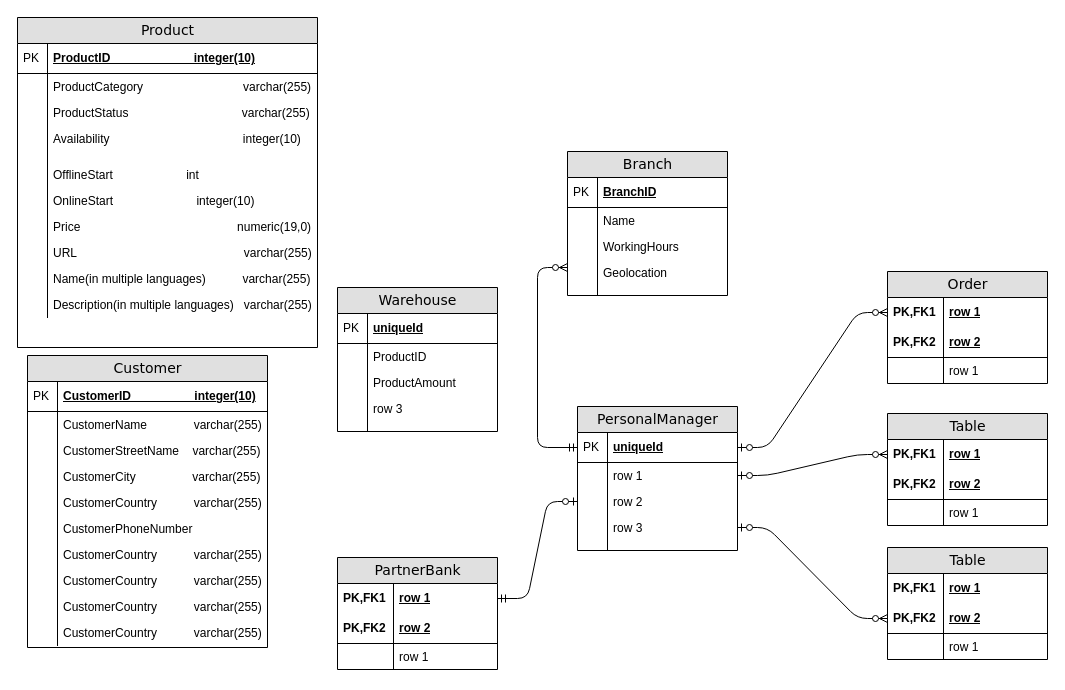
Earlier version of the draw.io diagram ER for bank.drawio (marymakayeva/Practise_project). Source tidied: cells renumbered, new cells numbered last; positions are measured from the earlier drawing's top-left corner, leaving out a move shared by most shapes. Both pictures are drawn from the tidied source at 100%, with x=0, y=0 at pixel (17, 17).
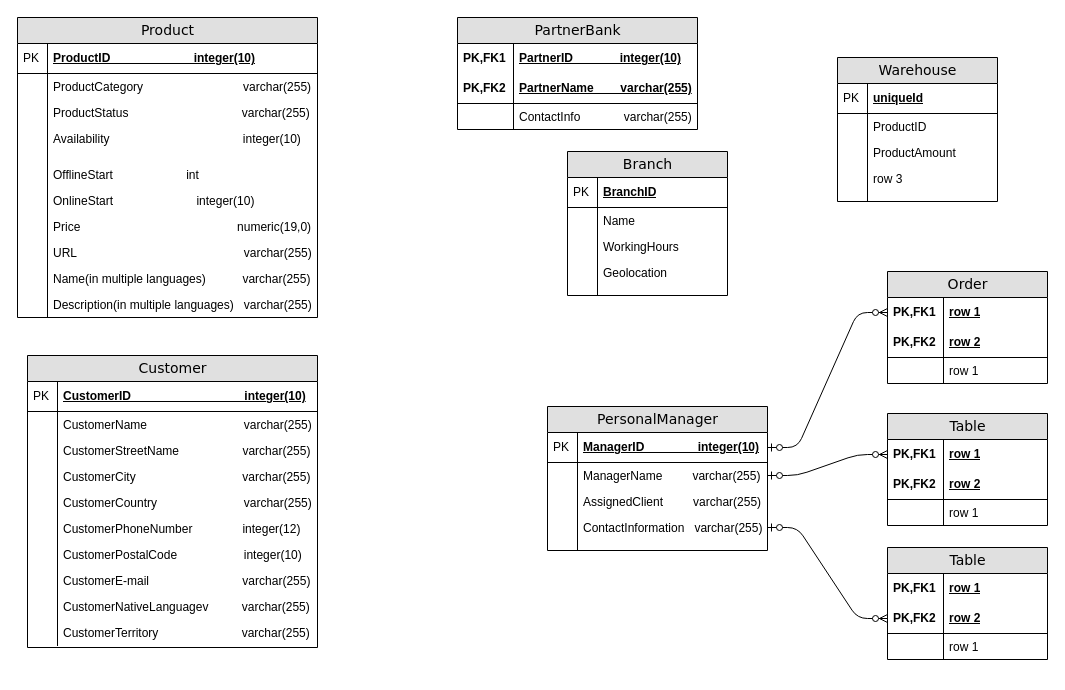
The same diagram, later.

Unchanged cells that the change refers to:
```xml
<mxCell id="9" value="Geolocation" style="shape=partialRectangle;top=0;left=0;right=0;bottom=0;html=1;align=left;verticalAlign=top;fillColor=none;spacingLeft=34;spacingRight=4;whiteSpace=wrap;overflow=hidden;points=[[0,0.5],[1,0.5]];portConstraint=eastwest;" parent="2" vertex="1">
  <mxGeometry y="108" width="160" height="26" as="geometry" />
</mxCell>
```

What changed in the source:
```diff
@@
     <mxCell id="13" value="Warehouse" style="swimlane;html=1;fontStyle=0;horizontal=1;startSize=26;fillColor=#e0e0e0;swimlaneFillColor=#ffffff;align=center;rounded=0;shadow=0;comic=0;labelBackgroundColor=none;strokeWidth=1;fontFamily=Verdana;fontSize=14;" parent="1" vertex="1">
-      <mxGeometry x="320" y="270" width="160" height="144" as="geometry" />
+      <mxGeometry x="820" y="40" width="160" height="144" as="geometry" />
     </mxCell>
@@
     <mxCell id="24" value="PersonalManager" style="swimlane;html=1;fontStyle=0;horizontal=1;startSize=26;fillColor=#e0e0e0;swimlaneFillColor=#ffffff;align=center;rounded=0;shadow=0;comic=0;labelBackgroundColor=none;strokeWidth=1;fontFamily=Verdana;fontSize=14;" parent="1" vertex="1">
-      <mxGeometry x="560" y="389" width="160" height="144" as="geometry" />
+      <mxGeometry x="530" y="389" width="220" height="144" as="geometry" />
     </mxCell>
-    <mxCell id="25" value="uniqueId" style="shape=partialRectangle;top=0;left=0;right=0;bottom=1;html=1;align=left;verticalAlign=middle;fillColor=none;spacingLeft=34;spacingRight=4;whiteSpace=wrap;overflow=hidden;points=[[0,0.5],[1,0.5]];portConstraint=eastwest;fontStyle=5;" parent="24" vertex="1">
-      <mxGeometry y="26" width="160" height="30" as="geometry" />
+    <mxCell id="25" value="ManagerID&amp;nbsp; &amp;nbsp; &amp;nbsp; &amp;nbsp; &amp;nbsp; &amp;nbsp; &amp;nbsp; &amp;nbsp; integer(10)" style="shape=partialRectangle;top=0;left=0;right=0;bottom=1;html=1;align=left;verticalAlign=middle;fillColor=none;spacingLeft=34;spacingRight=4;whiteSpace=wrap;overflow=hidden;points=[[0,0.5],[1,0.5]];portConstraint=eastwest;fontStyle=5;" parent="24" vertex="1">
+      <mxGeometry y="26" width="220" height="30" as="geometry" />
     </mxCell>
@@
-    <mxCell id="27" value="row 1" style="shape=partialRectangle;top=0;left=0;right=0;bottom=0;html=1;align=left;verticalAlign=top;fillColor=none;spacingLeft=34;spacingRight=4;whiteSpace=wrap;overflow=hidden;points=[[0,0.5],[1,0.5]];portConstraint=eastwest;" parent="24" vertex="1">
-      <mxGeometry y="56" width="160" height="26" as="geometry" />
+    <mxCell id="27" value="ManagerName&amp;nbsp; &amp;nbsp; &amp;nbsp; &amp;nbsp; &amp;nbsp;varchar(255)" style="shape=partialRectangle;top=0;left=0;right=0;bottom=0;html=1;align=left;verticalAlign=top;fillColor=none;spacingLeft=34;spacingRight=4;whiteSpace=wrap;overflow=hidden;points=[[0,0.5],[1,0.5]];portConstraint=eastwest;" parent="24" vertex="1">
+      <mxGeometry y="56" width="220" height="26" as="geometry" />
     </mxCell>
@@
-    <mxCell id="29" value="row 2" style="shape=partialRectangle;top=0;left=0;right=0;bottom=0;html=1;align=left;verticalAlign=top;fillColor=none;spacingLeft=34;spacingRight=4;whiteSpace=wrap;overflow=hidden;points=[[0,0.5],[1,0.5]];portConstraint=eastwest;" parent="24" vertex="1">
-      <mxGeometry y="82" width="160" height="26" as="geometry" />
+    <mxCell id="29" value="AssignedClient&amp;nbsp; &amp;nbsp; &amp;nbsp; &amp;nbsp; &amp;nbsp;varchar(255)" style="shape=partialRectangle;top=0;left=0;right=0;bottom=0;html=1;align=left;verticalAlign=top;fillColor=none;spacingLeft=34;spacingRight=4;whiteSpace=wrap;overflow=hidden;points=[[0,0.5],[1,0.5]];portConstraint=eastwest;" parent="24" vertex="1">
+      <mxGeometry y="82" width="220" height="26" as="geometry" />
     </mxCell>
@@
-    <mxCell id="31" value="row 3" style="shape=partialRectangle;top=0;left=0;right=0;bottom=0;html=1;align=left;verticalAlign=top;fillColor=none;spacingLeft=34;spacingRight=4;whiteSpace=wrap;overflow=hidden;points=[[0,0.5],[1,0.5]];portConstraint=eastwest;" parent="24" vertex="1">
-      <mxGeometry y="108" width="160" height="26" as="geometry" />
+    <mxCell id="31" value="ContactInformation&amp;nbsp; &amp;nbsp;varchar(255)" style="shape=partialRectangle;top=0;left=0;right=0;bottom=0;html=1;align=left;verticalAlign=top;fillColor=none;spacingLeft=34;spacingRight=4;whiteSpace=wrap;overflow=hidden;points=[[0,0.5],[1,0.5]];portConstraint=eastwest;" parent="24" vertex="1">
+      <mxGeometry y="108" width="220" height="26" as="geometry" />
     </mxCell>
@@
     <mxCell id="33" style="shape=partialRectangle;top=0;left=0;right=0;bottom=0;html=1;align=left;verticalAlign=top;fillColor=none;spacingLeft=34;spacingRight=4;whiteSpace=wrap;overflow=hidden;" parent="24" vertex="1">
-      <mxGeometry y="134" width="160" height="10" as="geometry" />
+      <mxGeometry y="134" width="220" height="10" as="geometry" />
     </mxCell>
@@
     <mxCell id="42" value="PartnerBank" style="swimlane;html=1;fontStyle=0;horizontal=1;startSize=26;fillColor=#e0e0e0;swimlaneFillColor=#ffffff;align=center;rounded=0;shadow=0;comic=0;labelBackgroundColor=none;strokeWidth=1;fontFamily=Verdana;fontSize=14;" parent="1" vertex="1">
-      <mxGeometry x="320" y="540" width="160" height="112" as="geometry" />
+      <mxGeometry x="440" width="240" height="112" as="geometry" />
     </mxCell>
-    <mxCell id="43" value="row 1" style="shape=partialRectangle;top=0;left=0;right=0;bottom=0;html=1;align=left;verticalAlign=middle;fillColor=none;spacingLeft=60;spacingRight=4;whiteSpace=wrap;overflow=hidden;points=[[0,0.5],[1,0.5]];portConstraint=eastwest;fontStyle=5;" parent="42" vertex="1">
-      <mxGeometry y="26" width="160" height="30" as="geometry" />
+    <mxCell id="43" value="PartnerID&amp;nbsp; &amp;nbsp; &amp;nbsp; &amp;nbsp; &amp;nbsp; &amp;nbsp; &amp;nbsp; integer(10)" style="shape=partialRectangle;top=0;left=0;right=0;bottom=0;html=1;align=left;verticalAlign=middle;fillColor=none;spacingLeft=60;spacingRight=4;whiteSpace=wrap;overflow=hidden;points=[[0,0.5],[1,0.5]];portConstraint=eastwest;fontStyle=5;" parent="42" vertex="1">
+      <mxGeometry y="26" width="240" height="30" as="geometry" />
     </mxCell>
@@
-    <mxCell id="45" value="row 2" style="shape=partialRectangle;top=0;left=0;right=0;bottom=1;html=1;align=left;verticalAlign=middle;fillColor=none;spacingLeft=60;spacingRight=4;whiteSpace=wrap;overflow=hidden;fontStyle=5;" parent="42" vertex="1">
-      <mxGeometry y="56" width="160" height="30" as="geometry" />
+    <mxCell id="45" value="PartnerName&amp;nbsp; &amp;nbsp; &amp;nbsp; &amp;nbsp; varchar(255)" style="shape=partialRectangle;top=0;left=0;right=0;bottom=1;html=1;align=left;verticalAlign=middle;fillColor=none;spacingLeft=60;spacingRight=4;whiteSpace=wrap;overflow=hidden;fontStyle=5;" parent="42" vertex="1">
+      <mxGeometry y="56" width="240" height="30" as="geometry" />
     </mxCell>
@@
-    <mxCell id="47" value="row 1" style="shape=partialRectangle;top=0;left=0;right=0;bottom=0;html=1;align=left;verticalAlign=top;fillColor=none;spacingLeft=60;spacingRight=4;whiteSpace=wrap;overflow=hidden;" parent="42" vertex="1">
-      <mxGeometry y="86" width="160" height="26" as="geometry" />
+    <mxCell id="47" value="ContactInfo&amp;nbsp; &amp;nbsp; &amp;nbsp; &amp;nbsp; &amp;nbsp; &amp;nbsp; &amp;nbsp;varchar(255)" style="shape=partialRectangle;top=0;left=0;right=0;bottom=0;html=1;align=left;verticalAlign=top;fillColor=none;spacingLeft=60;spacingRight=4;whiteSpace=wrap;overflow=hidden;" parent="42" vertex="1">
+      <mxGeometry y="86" width="240" height="26" as="geometry" />
     </mxCell>
@@
-    <mxCell id="49" style="edgeStyle=orthogonalEdgeStyle;html=1;endArrow=ERzeroToMany;startArrow=ERmandOne;labelBackgroundColor=none;fontFamily=Verdana;fontSize=14;entryX=0;entryY=0.308;entryPerimeter=0;exitX=0;exitY=0.5;" parent="1" edge="1" source="25" target="9">
-      <mxGeometry relative="1" as="geometry">
-        <Array as="points">
-          <mxPoint x="520" y="430" />
-          <mxPoint x="520" y="250" />
-        </Array>
-      </mxGeometry>
-    </mxCell>
-    <mxCell id="50" style="edgeStyle=entityRelationEdgeStyle;html=1;endArrow=ERzeroToOne;startArrow=ERmandOne;labelBackgroundColor=none;fontFamily=Verdana;fontSize=14;exitX=1;exitY=0.5;entryX=0;entryY=0.5;" parent="1" edge="1" source="43" target="29">
-      <mxGeometry relative="1" as="geometry" />
-    </mxCell>
@@
     <mxCell id="68" value="Customer" style="swimlane;html=1;fontStyle=0;horizontal=1;startSize=26;fillColor=#e0e0e0;swimlaneFillColor=#ffffff;align=center;rounded=0;shadow=0;comic=0;labelBackgroundColor=none;strokeWidth=1;fontFamily=Verdana;fontSize=14;" parent="1" vertex="1">
-      <mxGeometry x="10" y="338" width="240" height="292" as="geometry" />
+      <mxGeometry x="10" y="338" width="290" height="292" as="geometry" />
     </mxCell>
-    <mxCell id="69" value="CustomerID&amp;nbsp; &amp;nbsp; &amp;nbsp; &amp;nbsp; &amp;nbsp; &amp;nbsp; &amp;nbsp; &amp;nbsp; &amp;nbsp; &amp;nbsp;integer(10)" style="shape=partialRectangle;top=0;left=0;right=0;bottom=1;html=1;align=left;verticalAlign=middle;fillColor=none;spacingLeft=34;spacingRight=4;whiteSpace=wrap;overflow=hidden;fontStyle=5;" parent="68" vertex="1">
-      <mxGeometry y="26" width="240" height="30" as="geometry" />
+    <mxCell id="69" value="CustomerID&amp;nbsp; &amp;nbsp; &amp;nbsp; &amp;nbsp; &amp;nbsp; &amp;nbsp; &amp;nbsp; &amp;nbsp; &amp;nbsp; &amp;nbsp; &amp;nbsp; &amp;nbsp; &amp;nbsp; &amp;nbsp; &amp;nbsp; &amp;nbsp; &amp;nbsp; integer(10)" style="shape=partialRectangle;top=0;left=0;right=0;bottom=1;html=1;align=left;verticalAlign=middle;fillColor=none;spacingLeft=34;spacingRight=4;whiteSpace=wrap;overflow=hidden;fontStyle=5;" parent="68" vertex="1">
+      <mxGeometry y="26" width="290" height="30" as="geometry" />
     </mxCell>
@@
-    <mxCell id="71" value="CustomerName&amp;nbsp; &amp;nbsp; &amp;nbsp; &amp;nbsp; &amp;nbsp; &amp;nbsp; &amp;nbsp; varchar(255)" style="shape=partialRectangle;top=0;left=0;right=0;bottom=0;html=1;align=left;verticalAlign=top;fillColor=none;spacingLeft=34;spacingRight=4;whiteSpace=wrap;overflow=hidden;" parent="68" vertex="1">
-      <mxGeometry y="56" width="240" height="26" as="geometry" />
+    <mxCell id="71" value="CustomerName&amp;nbsp; &amp;nbsp; &amp;nbsp; &amp;nbsp; &amp;nbsp; &amp;nbsp; &amp;nbsp; &amp;nbsp; &amp;nbsp; &amp;nbsp; &amp;nbsp; &amp;nbsp; &amp;nbsp; &amp;nbsp; &amp;nbsp;varchar(255)" style="shape=partialRectangle;top=0;left=0;right=0;bottom=0;html=1;align=left;verticalAlign=top;fillColor=none;spacingLeft=34;spacingRight=4;whiteSpace=wrap;overflow=hidden;" parent="68" vertex="1">
+      <mxGeometry y="56" width="290" height="26" as="geometry" />
     </mxCell>
@@
-    <mxCell id="73" value="CustomerStreetName&amp;nbsp; &amp;nbsp; varchar(255)" style="shape=partialRectangle;top=0;left=0;right=0;bottom=0;html=1;align=left;verticalAlign=top;fillColor=none;spacingLeft=34;spacingRight=4;whiteSpace=wrap;overflow=hidden;" parent="68" vertex="1">
-      <mxGeometry y="82" width="240" height="26" as="geometry" />
+    <mxCell id="73" value="CustomerStreetName&amp;nbsp; &amp;nbsp; &amp;nbsp; &amp;nbsp; &amp;nbsp; &amp;nbsp; &amp;nbsp; &amp;nbsp; &amp;nbsp; &amp;nbsp;varchar(255)" style="shape=partialRectangle;top=0;left=0;right=0;bottom=0;html=1;align=left;verticalAlign=top;fillColor=none;spacingLeft=34;spacingRight=4;whiteSpace=wrap;overflow=hidden;" parent="68" vertex="1">
+      <mxGeometry y="82" width="290" height="26" as="geometry" />
     </mxCell>
@@
-    <mxCell id="75" value="CustomerCity&amp;nbsp; &amp;nbsp; &amp;nbsp; &amp;nbsp; &amp;nbsp; &amp;nbsp; &amp;nbsp; &amp;nbsp; &amp;nbsp;varchar(255)" style="shape=partialRectangle;top=0;left=0;right=0;bottom=0;html=1;align=left;verticalAlign=top;fillColor=none;spacingLeft=34;spacingRight=4;whiteSpace=wrap;overflow=hidden;" parent="68" vertex="1">
-      <mxGeometry y="108" width="240" height="26" as="geometry" />
+    <mxCell id="75" value="CustomerCity&amp;nbsp; &amp;nbsp; &amp;nbsp; &amp;nbsp; &amp;nbsp; &amp;nbsp; &amp;nbsp; &amp;nbsp; &amp;nbsp; &amp;nbsp; &amp;nbsp; &amp;nbsp; &amp;nbsp; &amp;nbsp; &amp;nbsp; &amp;nbsp; varchar(255)" style="shape=partialRectangle;top=0;left=0;right=0;bottom=0;html=1;align=left;verticalAlign=top;fillColor=none;spacingLeft=34;spacingRight=4;whiteSpace=wrap;overflow=hidden;" parent="68" vertex="1">
+      <mxGeometry y="108" width="290" height="26" as="geometry" />
     </mxCell>
@@
-    <mxCell id="77" value="CustomerCountry&amp;nbsp; &amp;nbsp; &amp;nbsp; &amp;nbsp; &amp;nbsp; &amp;nbsp;varchar(255)" style="shape=partialRectangle;top=0;left=0;right=0;bottom=0;html=1;align=left;verticalAlign=top;fillColor=none;spacingLeft=34;spacingRight=4;whiteSpace=wrap;overflow=hidden;" parent="68" vertex="1">
-      <mxGeometry y="134" width="240" height="26" as="geometry" />
+    <mxCell id="77" value="CustomerCountry&amp;nbsp; &amp;nbsp; &amp;nbsp; &amp;nbsp; &amp;nbsp; &amp;nbsp;&amp;nbsp; &amp;nbsp; &amp;nbsp; &amp;nbsp; &amp;nbsp; &amp;nbsp; &amp;nbsp; &amp;nbsp;varchar(255)" style="shape=partialRectangle;top=0;left=0;right=0;bottom=0;html=1;align=left;verticalAlign=top;fillColor=none;spacingLeft=34;spacingRight=4;whiteSpace=wrap;overflow=hidden;" parent="68" vertex="1">
+      <mxGeometry y="134" width="290" height="26" as="geometry" />
     </mxCell>
@@
-    <mxCell id="79" value="CustomerPhoneNumber&amp;nbsp;" style="shape=partialRectangle;top=0;left=0;right=0;bottom=0;html=1;align=left;verticalAlign=top;fillColor=none;spacingLeft=34;spacingRight=4;whiteSpace=wrap;overflow=hidden;" parent="68" vertex="1">
-      <mxGeometry y="160" width="240" height="26" as="geometry" />
+    <mxCell id="79" value="CustomerPhoneNumber&amp;nbsp; &amp;nbsp; &amp;nbsp; &amp;nbsp; &amp;nbsp; &amp;nbsp; &amp;nbsp; &amp;nbsp;integer(12)" style="shape=partialRectangle;top=0;left=0;right=0;bottom=0;html=1;align=left;verticalAlign=top;fillColor=none;spacingLeft=34;spacingRight=4;whiteSpace=wrap;overflow=hidden;" parent="68" vertex="1">
+      <mxGeometry y="160" width="290" height="26" as="geometry" />
     </mxCell>
@@
-    <mxCell id="81" value="CustomerCountry&amp;nbsp; &amp;nbsp; &amp;nbsp; &amp;nbsp; &amp;nbsp; &amp;nbsp;varchar(255)" style="shape=partialRectangle;top=0;left=0;right=0;bottom=0;html=1;align=left;verticalAlign=top;fillColor=none;spacingLeft=34;spacingRight=4;whiteSpace=wrap;overflow=hidden;" parent="68" vertex="1">
-      <mxGeometry y="186" width="240" height="26" as="geometry" />
+    <mxCell id="81" value="CustomerPostalCode&amp;nbsp; &amp;nbsp; &amp;nbsp; &amp;nbsp; &amp;nbsp; &amp;nbsp; &amp;nbsp; &amp;nbsp; &amp;nbsp; &amp;nbsp; integer(10)" style="shape=partialRectangle;top=0;left=0;right=0;bottom=0;html=1;align=left;verticalAlign=top;fillColor=none;spacingLeft=34;spacingRight=4;whiteSpace=wrap;overflow=hidden;" parent="68" vertex="1">
+      <mxGeometry y="186" width="290" height="26" as="geometry" />
     </mxCell>
@@
-    <mxCell id="83" value="CustomerCountry&amp;nbsp; &amp;nbsp; &amp;nbsp; &amp;nbsp; &amp;nbsp; &amp;nbsp;varchar(255)" style="shape=partialRectangle;top=0;left=0;right=0;bottom=0;html=1;align=left;verticalAlign=top;fillColor=none;spacingLeft=34;spacingRight=4;whiteSpace=wrap;overflow=hidden;" parent="68" vertex="1">
-      <mxGeometry y="212" width="240" height="26" as="geometry" />
+    <mxCell id="83" value="CustomerE-mail&amp;nbsp; &amp;nbsp; &amp;nbsp; &amp;nbsp; &amp;nbsp; &amp;nbsp; &amp;nbsp; &amp;nbsp; &amp;nbsp; &amp;nbsp; &amp;nbsp; &amp;nbsp; &amp;nbsp; &amp;nbsp;&amp;nbsp;varchar(255)" style="shape=partialRectangle;top=0;left=0;right=0;bottom=0;html=1;align=left;verticalAlign=top;fillColor=none;spacingLeft=34;spacingRight=4;whiteSpace=wrap;overflow=hidden;" parent="68" vertex="1">
+      <mxGeometry y="212" width="290" height="26" as="geometry" />
     </mxCell>
@@
-    <mxCell id="85" value="CustomerCountry&amp;nbsp; &amp;nbsp; &amp;nbsp; &amp;nbsp; &amp;nbsp; &amp;nbsp;varchar(255)" style="shape=partialRectangle;top=0;left=0;right=0;bottom=0;html=1;align=left;verticalAlign=top;fillColor=none;spacingLeft=34;spacingRight=4;whiteSpace=wrap;overflow=hidden;" parent="68" vertex="1">
-      <mxGeometry y="238" width="240" height="26" as="geometry" />
+    <mxCell id="85" value="CustomerNativeLanguagev&amp;nbsp; &amp;nbsp; &amp;nbsp; &amp;nbsp; &amp;nbsp; varchar(255)" style="shape=partialRectangle;top=0;left=0;right=0;bottom=0;html=1;align=left;verticalAlign=top;fillColor=none;spacingLeft=34;spacingRight=4;whiteSpace=wrap;overflow=hidden;" parent="68" vertex="1">
+      <mxGeometry y="238" width="290" height="26" as="geometry" />
     </mxCell>
@@
-    <mxCell id="87" value="CustomerCountry&amp;nbsp; &amp;nbsp; &amp;nbsp; &amp;nbsp; &amp;nbsp; &amp;nbsp;varchar(255)" style="shape=partialRectangle;top=0;left=0;right=0;bottom=0;html=1;align=left;verticalAlign=top;fillColor=none;spacingLeft=34;spacingRight=4;whiteSpace=wrap;overflow=hidden;" parent="68" vertex="1">
-      <mxGeometry y="264" width="240" height="26" as="geometry" />
+    <mxCell id="87" value="CustomerTerritory&amp;nbsp; &amp;nbsp; &amp;nbsp; &amp;nbsp; &amp;nbsp; &amp;nbsp; &amp;nbsp; &amp;nbsp; &amp;nbsp; &amp;nbsp; &amp;nbsp; &amp;nbsp; &amp;nbsp;varchar(255)" style="shape=partialRectangle;top=0;left=0;right=0;bottom=0;html=1;align=left;verticalAlign=top;fillColor=none;spacingLeft=34;spacingRight=4;whiteSpace=wrap;overflow=hidden;" parent="68" vertex="1">
+      <mxGeometry y="264" width="290" height="26" as="geometry" />
     </mxCell>
@@
     <mxCell id="89" value="Product" style="swimlane;html=1;fontStyle=0;horizontal=1;startSize=26;fillColor=#e0e0e0;swimlaneFillColor=#ffffff;align=center;rounded=0;shadow=0;comic=0;labelBackgroundColor=none;strokeWidth=1;fontFamily=Verdana;fontSize=14;swimlaneLine=1;" parent="1" vertex="1">
-      <mxGeometry width="300" height="330" as="geometry" />
+      <mxGeometry width="300" height="300" as="geometry" />
     </mxCell>
```
